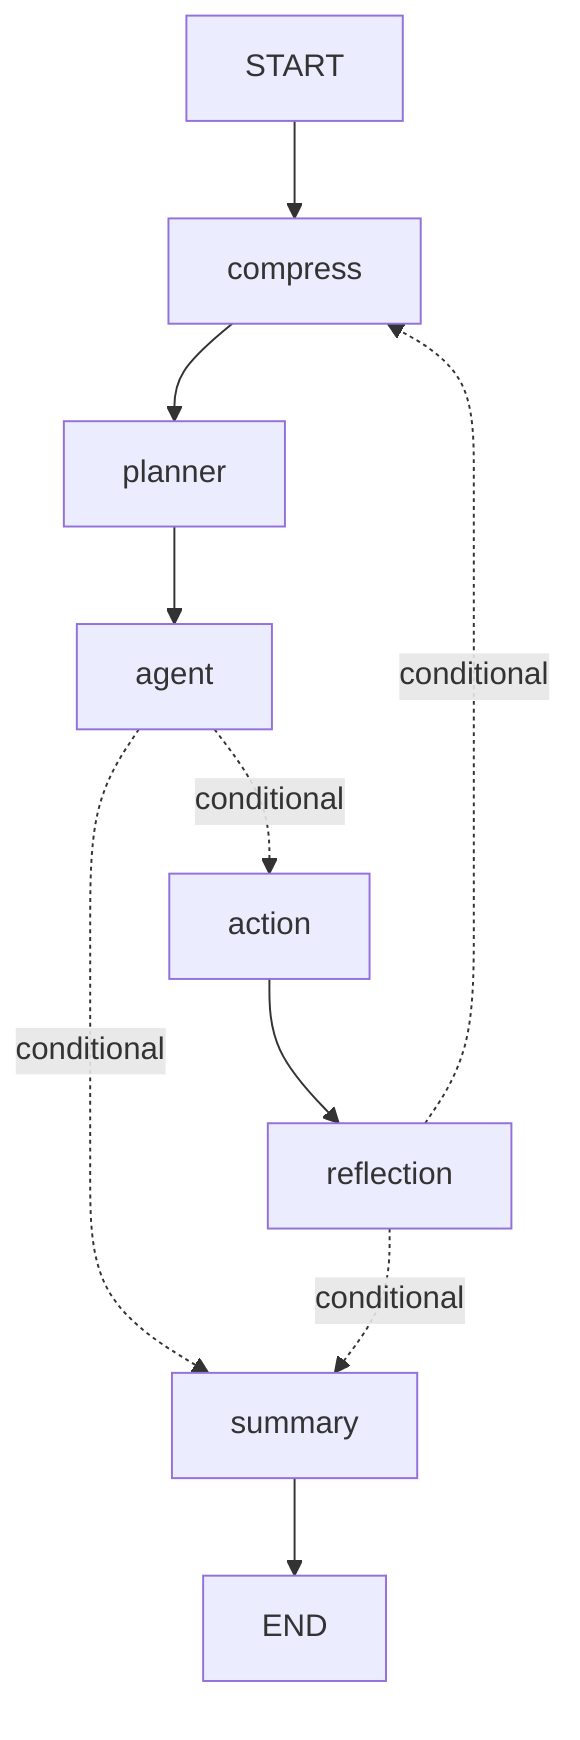
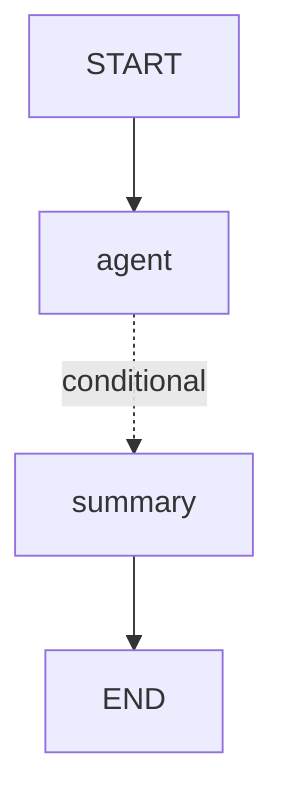
flowchart TD
    internal_start["START"]
-     compress["compress"]
-     planner["planner"]
    agent["agent"]
-     action["action"]
-     reflection["reflection"]
    summary["summary"]
    internal_end["END"]
-     internal_start --> compress
-     action --> reflection
-     agent -. "conditional" .-> action
+     internal_start --> agent
    agent -. "conditional" .-> summary
-     compress --> planner
-     planner --> agent
-     reflection -. "conditional" .-> compress
-     reflection -. "conditional" .-> summary
    summary --> internal_end
